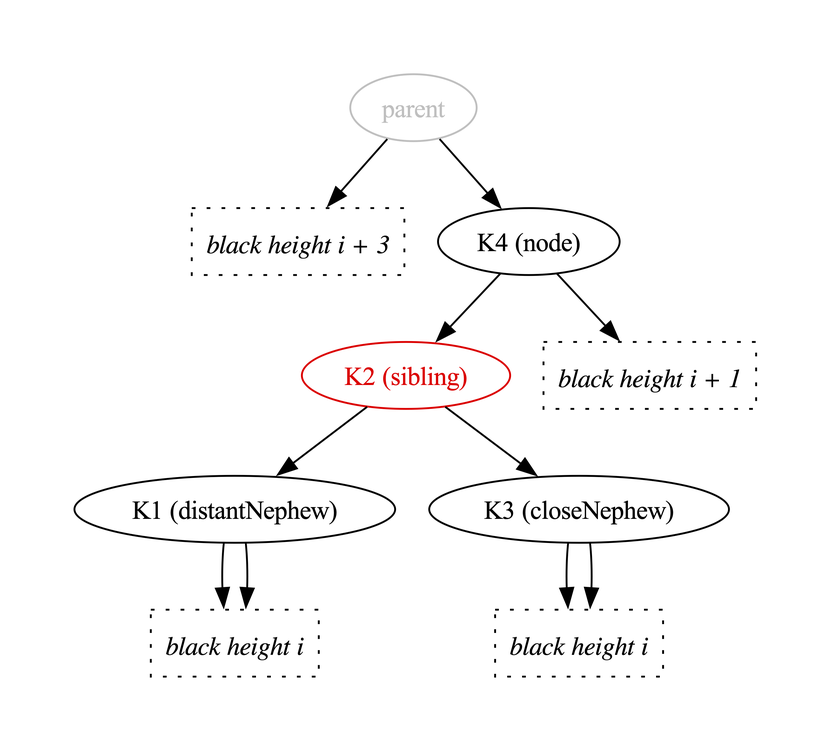
Above: Fw/DataStructures/docs/diagrams/removeBlackLeafNode/all-black-3.png in nasa/fprime (Graphviz), before the change. Its source is kept beside it as Fw/DataStructures/docs/diagrams/removeBlackLeafNode/all-black-3.dot.
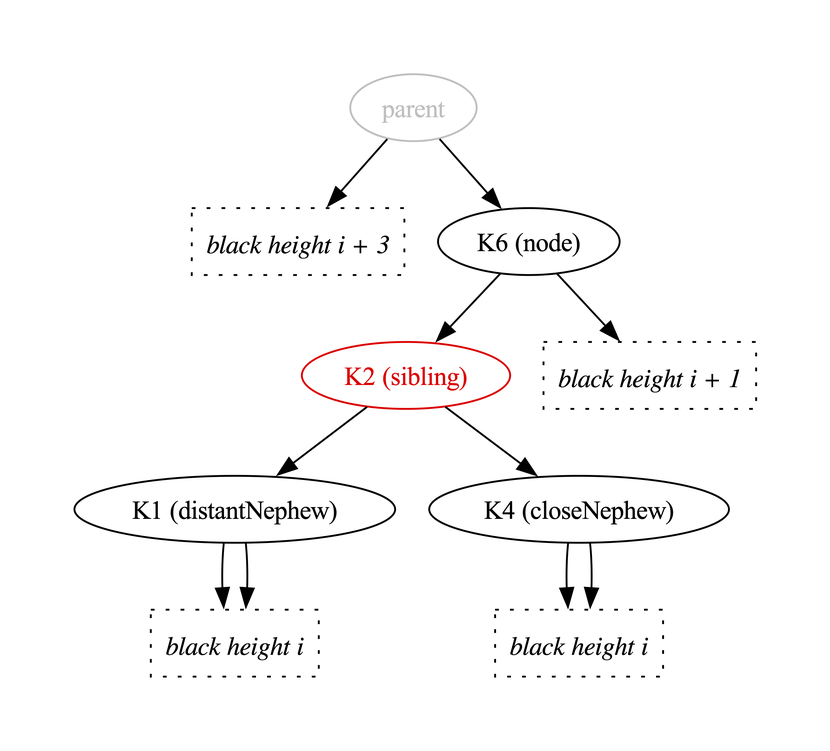
The same diagram one commit later.

What changed in the source:
```diff
@@ -1,24 +1,24 @@
 digraph {
 
   P -> BH1
-  P -> K4
+  P -> K6
 
-  K4 -> K2
-  K4 -> BH2
+  K6 -> K2
+  K6 -> BH2
   K2 -> K1
-  K2 -> K3
+  K2 -> K4
 
   K1 -> BH3
   K1 -> BH3
 
-  K3 -> BH4
-  K3 -> BH4
+  K4 -> BH4
+  K4 -> BH4
 
   P [label="parent",color="gray",fontcolor="gray"]
   K1 [label="K1 (distantNephew)"]
   K2 [label="K2 (sibling)",color="red",fontcolor="red"]
-  K3 [label="K3 (closeNephew)"]
-  K4 [label="K4 (node)"]
+  K4 [label="K4 (closeNephew)"]
+  K6 [label="K6 (node)"]
 
   BH1 [shape="box",label="black height i + 3",style="dotted",fontname="Italic"]
   BH2 [shape="box",label="black height i + 1",style="dotted",fontname="Italic"]
```
